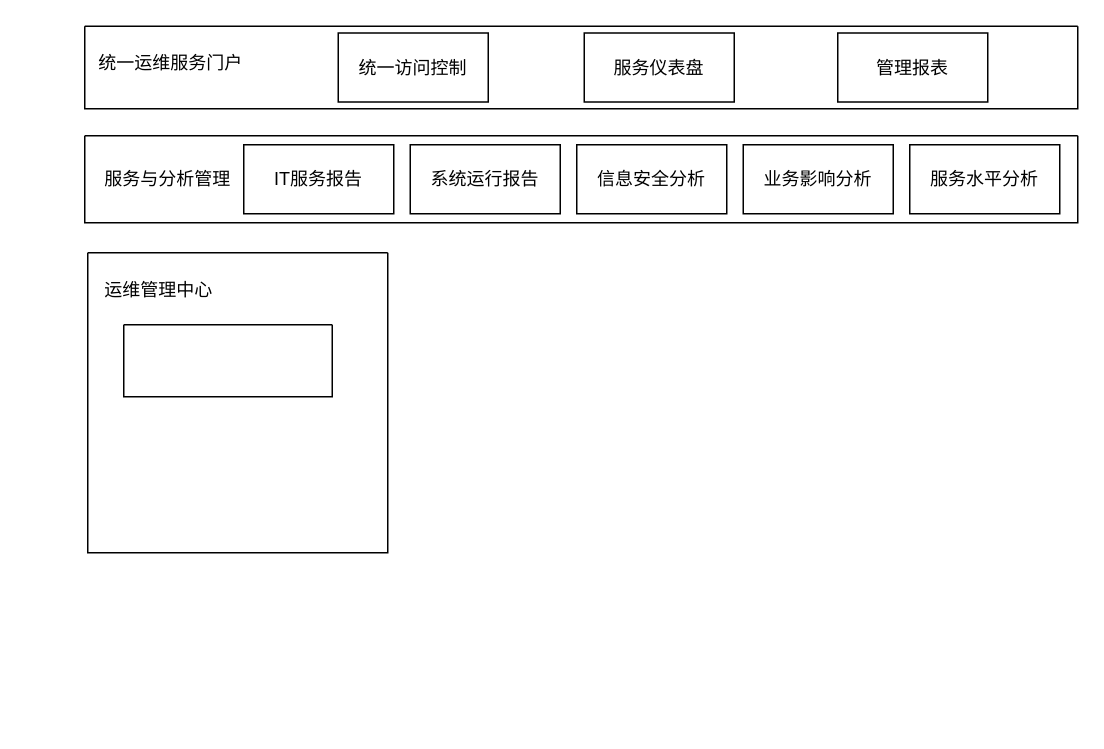
WilliamWanCN/WilliamWanCN.github.io keeps this draw.io diagram as 体系.drawio. Above is the earlier version. Source tidied: cells renumbered, new cells numbered last; positions are measured from the earlier drawing's top-left corner, leaving out a move shared by most shapes. Both pictures are drawn from the tidied source at 150%, with x=0, y=0 at pixel (84, 26).
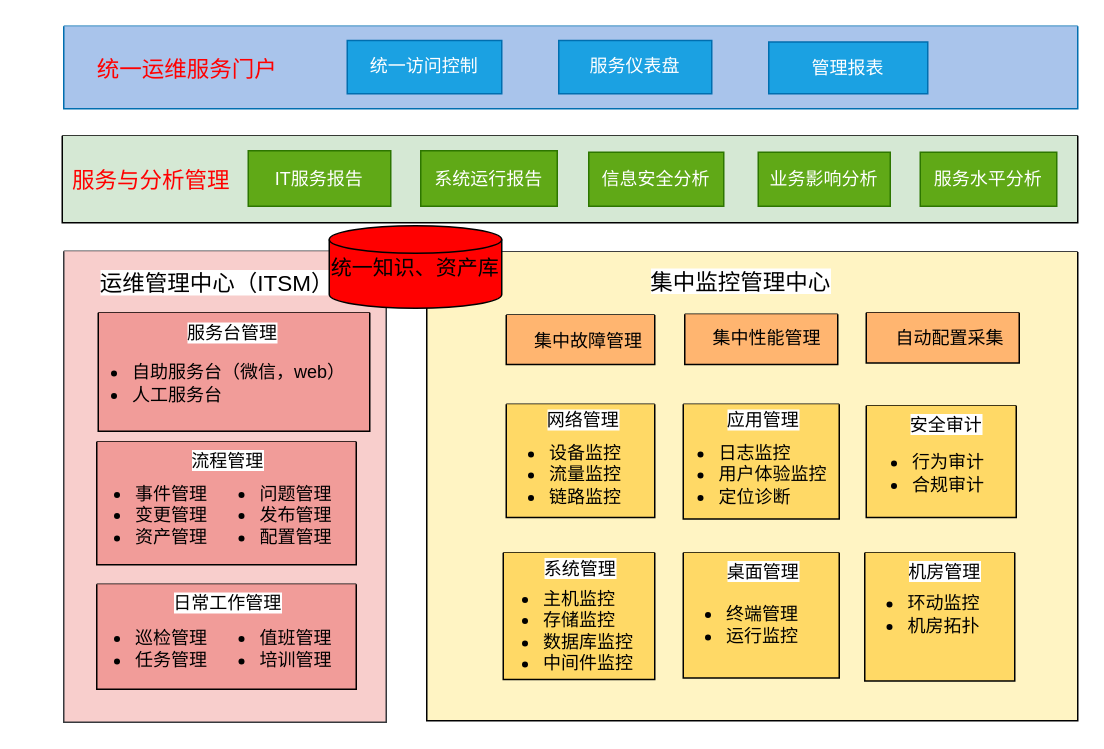
The same diagram, later.

Change to the diagram source:
```diff
@@
+    <mxCell id="17" style="swimlane;startSize=0;fillColor=#ffff88;strokeColor=#36393d;swimlaneFillColor=#F8CECC;" parent="1" vertex="1">
+      <mxGeometry x="-14" y="150" width="215" height="314" as="geometry" />
+    </mxCell>
+    <mxCell id="18" value="&lt;blockquote style=&quot;margin: 0 0 0 40px; border: none; padding: 0px;&quot;&gt;&lt;font style=&quot;font-size: 15px; background-color: rgb(255, 255, 255);&quot;&gt;运维管理中心（ITSM）&lt;/font&gt;&lt;/blockquote&gt;" style="text;html=1;align=center;verticalAlign=middle;strokeColor=none;fillColor=none;" parent="17" vertex="1">
+      <mxGeometry x="-25" y="6" width="214" height="30" as="geometry" />
+    </mxCell>
+    <mxCell id="19" style="swimlane;startSize=0;swimlaneFillColor=#F19C99;" parent="17" vertex="1">
+      <mxGeometry x="23" y="41" width="181" height="79" as="geometry" />
+    </mxCell>
+    <mxCell id="20" value="&lt;div&gt;&amp;nbsp; &amp;nbsp; &amp;nbsp; &amp;nbsp; &amp;nbsp; &amp;nbsp; &amp;nbsp; &amp;nbsp; &amp;nbsp; &amp;nbsp; &amp;nbsp; &amp;nbsp;&lt;span style=&quot;background-color: rgb(255, 255, 255);&quot;&gt;服务台管理&lt;/span&gt;&lt;/div&gt;&lt;div&gt;&lt;ul&gt;&lt;li&gt;&lt;span style=&quot;background-color: initial;&quot;&gt;自助服务台（微信，web）&lt;/span&gt;&lt;/li&gt;&lt;li&gt;&lt;span style=&quot;background-color: initial;&quot;&gt;人工服务台&lt;/span&gt;&lt;/li&gt;&lt;/ul&gt;&lt;/div&gt;" style="text;html=1;align=left;verticalAlign=middle;strokeColor=none;fillColor=none;" parent="19" vertex="1">
+      <mxGeometry x="-19" width="200" height="79" as="geometry" />
+    </mxCell>
+    <mxCell id="14" style="swimlane;startSize=0;swimlaneFillColor=#FFF4C3;" parent="1" vertex="1">
+      <mxGeometry x="228" y="150.5" width="434" height="312.5" as="geometry" />
+    </mxCell>
+    <mxCell id="15" value="&lt;font style=&quot;font-size: 15px; background-color: rgb(255, 255, 255);&quot;&gt;集中监控管理中心&lt;/font&gt;" style="text;html=1;align=center;verticalAlign=middle;strokeColor=none;fillColor=none;" parent="14" vertex="1">
+      <mxGeometry x="140" y="4.5" width="138" height="30" as="geometry" />
+    </mxCell>
+    <mxCell id="16" style="swimlane;startSize=0;swimlaneFillColor=#FFB570;" parent="14" vertex="1">
+      <mxGeometry x="53" y="42" width="99" height="33" as="geometry" />
+    </mxCell>
+    <mxCell id="21" value="集中故障管理" style="text;html=1;align=left;verticalAlign=middle;strokeColor=none;fillColor=none;" parent="16" vertex="1">
+      <mxGeometry x="17" y="4.5" width="90" height="26" as="geometry" />
+    </mxCell>
+    <mxCell id="22" style="swimlane;startSize=0;swimlaneFillColor=#FFB570;" parent="14" vertex="1">
+      <mxGeometry x="172" y="41.5" width="102" height="33.5" as="geometry" />
+    </mxCell>
+    <mxCell id="23" value="集中性能管理" style="text;html=1;align=left;verticalAlign=middle;strokeColor=none;fillColor=none;" parent="22" vertex="1">
+      <mxGeometry x="17" y="2.5" width="90" height="26" as="geometry" />
+    </mxCell>
+    <mxCell id="24" style="swimlane;startSize=0;swimlaneFillColor=#FFB570;" parent="14" vertex="1">
+      <mxGeometry x="293" y="40.5" width="102" height="33.5" as="geometry" />
+    </mxCell>
+    <mxCell id="25" value="自动配置采集" style="text;html=1;align=left;verticalAlign=middle;strokeColor=none;fillColor=none;" parent="24" vertex="1">
+      <mxGeometry x="18" y="3.5" width="90" height="26" as="geometry" />
+    </mxCell>
+    <mxCell id="26" style="swimlane;startSize=0;swimlaneFillColor=#FFD966;" parent="14" vertex="1">
+      <mxGeometry x="53" y="101.5" width="99" height="75.5" as="geometry" />
+    </mxCell>
+    <mxCell id="27" value="&lt;ul&gt;&lt;li&gt;设备监控&lt;/li&gt;&lt;li&gt;流量监控&lt;/li&gt;&lt;li&gt;链路监控&lt;/li&gt;&lt;/ul&gt;" style="text;html=1;align=left;verticalAlign=middle;strokeColor=none;fillColor=none;" parent="26" vertex="1">
+      <mxGeometry x="-13" y="7" width="106" height="79" as="geometry" />
+    </mxCell>
+    <mxCell id="28" value="&lt;span style=&quot;background-color: rgb(255, 255, 255);&quot;&gt;网络管理&lt;/span&gt;" style="text;html=1;align=center;verticalAlign=middle;strokeColor=none;fillColor=none;" parent="26" vertex="1">
+      <mxGeometry x="18" y="-2" width="66" height="26" as="geometry" />
+    </mxCell>
+    <mxCell id="29" style="swimlane;startSize=0;swimlaneFillColor=#FFD966;" parent="14" vertex="1">
+      <mxGeometry x="171" y="101.5" width="104" height="76.5" as="geometry" />
+    </mxCell>
+    <mxCell id="30" value="&lt;ul&gt;&lt;li&gt;日志监控&lt;/li&gt;&lt;li&gt;用户体验监控&lt;/li&gt;&lt;li&gt;定位诊断&lt;/li&gt;&lt;/ul&gt;" style="text;html=1;align=left;verticalAlign=middle;strokeColor=none;fillColor=none;" parent="29" vertex="1">
+      <mxGeometry x="-18" y="7" width="130" height="79" as="geometry" />
+    </mxCell>
+    <mxCell id="31" value="&lt;span style=&quot;background-color: rgb(255, 255, 255);&quot;&gt;应用管理&lt;/span&gt;" style="text;html=1;align=center;verticalAlign=middle;strokeColor=none;fillColor=none;" parent="29" vertex="1">
+      <mxGeometry x="20" y="-2" width="66" height="26" as="geometry" />
+    </mxCell>
+    <mxCell id="32" style="swimlane;startSize=0;swimlaneFillColor=#FFD966;" parent="14" vertex="1">
+      <mxGeometry x="51" y="200.5" width="101" height="84.5" as="geometry" />
+    </mxCell>
+    <mxCell id="33" value="&lt;ul&gt;&lt;li&gt;主机监控&lt;/li&gt;&lt;li&gt;存储监控&lt;/li&gt;&lt;li&gt;数据库监控&lt;/li&gt;&lt;li&gt;中间件监控&lt;/li&gt;&lt;/ul&gt;" style="text;html=1;align=left;verticalAlign=middle;strokeColor=none;fillColor=none;" parent="32" vertex="1">
+      <mxGeometry x="-15" y="5" width="118" height="94" as="geometry" />
+    </mxCell>
+    <mxCell id="34" value="&lt;span style=&quot;background-color: rgb(255, 255, 255);&quot;&gt;系统管理&lt;/span&gt;" style="text;html=1;align=center;verticalAlign=middle;strokeColor=none;fillColor=none;" parent="32" vertex="1">
+      <mxGeometry x="18" y="-2" width="66" height="26" as="geometry" />
+    </mxCell>
+    <mxCell id="35" style="swimlane;startSize=0;swimlaneFillColor=#FFD966;" parent="14" vertex="1">
+      <mxGeometry x="171" y="200.5" width="104" height="83.5" as="geometry" />
+    </mxCell>
+    <mxCell id="36" value="&lt;ul&gt;&lt;li&gt;终端管理&lt;/li&gt;&lt;li&gt;运行监控&lt;/li&gt;&lt;/ul&gt;" style="text;html=1;align=left;verticalAlign=middle;strokeColor=none;fillColor=none;" parent="35" vertex="1">
+      <mxGeometry x="-13" y="15" width="106" height="65" as="geometry" />
+    </mxCell>
+    <mxCell id="37" value="&lt;span style=&quot;background-color: rgb(255, 255, 255);&quot;&gt;桌面管理&lt;/span&gt;" style="text;html=1;align=center;verticalAlign=middle;strokeColor=none;fillColor=none;" parent="35" vertex="1">
+      <mxGeometry x="20" width="66" height="26" as="geometry" />
+    </mxCell>
+    <mxCell id="38" style="swimlane;startSize=0;swimlaneFillColor=#FFD966;" parent="14" vertex="1">
+      <mxGeometry x="292" y="200.5" width="100" height="85.5" as="geometry" />
+    </mxCell>
+    <mxCell id="39" value="&lt;ul&gt;&lt;li&gt;环动监控&lt;/li&gt;&lt;li&gt;机房拓扑&lt;/li&gt;&lt;/ul&gt;" style="text;html=1;align=left;verticalAlign=middle;strokeColor=none;fillColor=none;" parent="38" vertex="1">
+      <mxGeometry x="-13" y="8" width="106" height="65" as="geometry" />
+    </mxCell>
+    <mxCell id="40" value="&lt;span style=&quot;background-color: rgb(255, 255, 255);&quot;&gt;机房管理&lt;/span&gt;" style="text;html=1;align=center;verticalAlign=middle;strokeColor=none;fillColor=none;" parent="38" vertex="1">
+      <mxGeometry x="20" width="66" height="26" as="geometry" />
+    </mxCell>
+    <mxCell id="41" style="swimlane;startSize=0;swimlaneFillColor=#FFD966;" parent="14" vertex="1">
+      <mxGeometry x="293" y="102.5" width="100" height="74.5" as="geometry" />
+    </mxCell>
+    <mxCell id="42" value="&lt;ul&gt;&lt;li&gt;行为审计&amp;nbsp;&lt;/li&gt;&lt;li&gt;合规审计&lt;/li&gt;&lt;/ul&gt;" style="text;html=1;align=left;verticalAlign=middle;strokeColor=none;fillColor=none;" parent="41" vertex="1">
+      <mxGeometry x="-11.5" y="12.2" width="109" height="65" as="geometry" />
+    </mxCell>
+    <mxCell id="43" value="&lt;span style=&quot;background-color: rgb(255, 255, 255);&quot;&gt;安全审计&lt;/span&gt;" style="text;html=1;align=center;verticalAlign=middle;strokeColor=none;fillColor=none;" parent="41" vertex="1">
+      <mxGeometry x="20" width="66" height="26" as="geometry" />
+    </mxCell>
-    <mxCell id="2" style="swimlane;startSize=0;" parent="1" vertex="1">
-      <mxGeometry width="662" height="55" as="geometry" />
+    <mxCell id="2" style="swimlane;startSize=0;fillColor=#1ba1e2;fontColor=#ffffff;strokeColor=#006EAF;gradientColor=none;swimlaneFillColor=#A9C4EB;" parent="1" vertex="1">
+      <mxGeometry x="-14" width="676" height="55" as="geometry" />
     </mxCell>
-    <mxCell id="3" value="统一运维服务门户" style="text;html=1;align=center;verticalAlign=middle;strokeColor=none;fillColor=none;" parent="2" vertex="1">
-      <mxGeometry y="12" width="114" height="26" as="geometry" />
+    <mxCell id="3" value="&lt;font color=&quot;#ff0000&quot; style=&quot;font-size: 15px;&quot;&gt;统一运维服务门户&lt;/font&gt;" style="text;html=1;align=center;verticalAlign=middle;strokeColor=none;fillColor=none;" parent="2" vertex="1">
+      <mxGeometry x="13" y="12.5" width="138" height="30" as="geometry" />
     </mxCell>
-    <mxCell id="4" value="统一访问控制" style="rounded=0;whiteSpace=wrap;html=1;" parent="2" vertex="1">
-      <mxGeometry x="169" y="4.5" width="100" height="46" as="geometry" />
+    <mxCell id="4" value="统一访问控制" style="rounded=0;whiteSpace=wrap;html=1;fillColor=#1ba1e2;fontColor=#ffffff;strokeColor=#006EAF;" parent="2" vertex="1">
+      <mxGeometry x="189" y="9.5" width="103" height="35.5" as="geometry" />
     </mxCell>
-    <mxCell id="5" value="服务仪表盘" style="rounded=0;whiteSpace=wrap;html=1;" parent="2" vertex="1">
-      <mxGeometry x="333" y="4.5" width="100" height="46" as="geometry" />
+    <mxCell id="5" value="服务仪表盘" style="rounded=0;whiteSpace=wrap;html=1;fillColor=#1ba1e2;fontColor=#ffffff;strokeColor=#006EAF;" parent="2" vertex="1">
+      <mxGeometry x="330" y="9.5" width="102" height="35.5" as="geometry" />
     </mxCell>
-    <mxCell id="6" value="管理报表" style="rounded=0;whiteSpace=wrap;html=1;" parent="2" vertex="1">
-      <mxGeometry x="502" y="4.5" width="100" height="46" as="geometry" />
+    <mxCell id="6" value="管理报表" style="rounded=0;whiteSpace=wrap;html=1;fillColor=#1ba1e2;fontColor=#ffffff;strokeColor=#006EAF;" parent="2" vertex="1">
+      <mxGeometry x="470" y="10.5" width="106" height="34.5" as="geometry" />
     </mxCell>
-    <mxCell id="7" style="swimlane;startSize=0;" parent="1" vertex="1">
-      <mxGeometry y="73" width="662" height="58" as="geometry" />
+    <mxCell id="7" style="swimlane;startSize=0;swimlaneFillColor=#D5E8D4;" parent="1" vertex="1">
+      <mxGeometry x="-15" y="73" width="677" height="58" as="geometry" />
     </mxCell>
-    <mxCell id="8" value="服务与分析管理" style="text;html=1;align=center;verticalAlign=middle;strokeColor=none;fillColor=none;" parent="7" vertex="1">
-      <mxGeometry x="4" y="16" width="102" height="26" as="geometry" />
+    <mxCell id="8" value="&lt;font color=&quot;#ff0000&quot; style=&quot;font-size: 15px;&quot;&gt;服务与分析管理&lt;/font&gt;" style="text;html=1;align=center;verticalAlign=middle;strokeColor=none;fillColor=none;" parent="7" vertex="1">
+      <mxGeometry x="-3" y="14" width="123" height="30" as="geometry" />
     </mxCell>
-    <mxCell id="9" value="IT服务报告" style="rounded=0;whiteSpace=wrap;html=1;" parent="7" vertex="1">
-      <mxGeometry x="106" y="6" width="100" height="46" as="geometry" />
+    <mxCell id="9" value="IT服务报告" style="rounded=0;whiteSpace=wrap;html=1;fillColor=#60a917;fontColor=#ffffff;strokeColor=#2D7600;" parent="7" vertex="1">
+      <mxGeometry x="124" y="10" width="95" height="37" as="geometry" />
     </mxCell>
-    <mxCell id="10" value="系统运行报告" style="rounded=0;whiteSpace=wrap;html=1;" parent="7" vertex="1">
-      <mxGeometry x="217" y="6" width="100" height="46" as="geometry" />
+    <mxCell id="10" value="系统运行报告" style="rounded=0;whiteSpace=wrap;html=1;fillColor=#60a917;fontColor=#ffffff;strokeColor=#2D7600;" parent="7" vertex="1">
+      <mxGeometry x="239" y="10" width="91" height="37" as="geometry" />
     </mxCell>
-    <mxCell id="11" value="信息安全分析" style="rounded=0;whiteSpace=wrap;html=1;" parent="7" vertex="1">
-      <mxGeometry x="328" y="6" width="100" height="46" as="geometry" />
+    <mxCell id="11" value="信息安全分析" style="rounded=0;whiteSpace=wrap;html=1;fillColor=#60a917;fontColor=#ffffff;strokeColor=#2D7600;" parent="7" vertex="1">
+      <mxGeometry x="351" y="11" width="90" height="36" as="geometry" />
     </mxCell>
-    <mxCell id="12" value="业务影响分析" style="rounded=0;whiteSpace=wrap;html=1;" parent="7" vertex="1">
-      <mxGeometry x="439" y="6" width="100" height="46" as="geometry" />
+    <mxCell id="12" value="业务影响分析" style="rounded=0;whiteSpace=wrap;html=1;fillColor=#60a917;fontColor=#ffffff;strokeColor=#2D7600;" parent="7" vertex="1">
+      <mxGeometry x="464" y="11" width="88" height="36" as="geometry" />
     </mxCell>
-    <mxCell id="13" value="服务水平分析" style="rounded=0;whiteSpace=wrap;html=1;" parent="7" vertex="1">
-      <mxGeometry x="550" y="6" width="100" height="46" as="geometry" />
+    <mxCell id="13" value="服务水平分析" style="rounded=0;whiteSpace=wrap;html=1;fillColor=#60a917;fontColor=#ffffff;strokeColor=#2D7600;" parent="7" vertex="1">
+      <mxGeometry x="572" y="11" width="91" height="36" as="geometry" />
     </mxCell>
-    <mxCell id="14" style="swimlane;startSize=0;" parent="1" vertex="1">
-      <mxGeometry x="2" y="151" width="200" height="200" as="geometry" />
-    </mxCell>
-    <mxCell id="15" value="运维管理中心" style="text;html=1;align=center;verticalAlign=middle;strokeColor=none;fillColor=none;" parent="14" vertex="1">
-      <mxGeometry x="2" y="12" width="90" height="26" as="geometry" />
-    </mxCell>
-    <mxCell id="16" style="swimlane;startSize=0;" parent="14" vertex="1">
-      <mxGeometry x="24" y="48" width="139" height="48" as="geometry" />
-    </mxCell>
+    <mxCell id="44" style="swimlane;startSize=0;swimlaneFillColor=#F19C99;" parent="1" vertex="1">
+      <mxGeometry x="8" y="277" width="173" height="82" as="geometry" />
+    </mxCell>
+    <mxCell id="45" value="&lt;ul&gt;&lt;li&gt;事件管理&lt;/li&gt;&lt;li&gt;变更管理&lt;/li&gt;&lt;li&gt;资产管理&lt;/li&gt;&lt;/ul&gt;" style="text;html=1;align=left;verticalAlign=middle;strokeColor=none;fillColor=none;" parent="44" vertex="1">
+      <mxGeometry x="-16" y="9" width="106" height="79" as="geometry" />
+    </mxCell>
+    <mxCell id="46" value="&lt;ul&gt;&lt;li&gt;问题管理&lt;/li&gt;&lt;li&gt;发布管理&lt;/li&gt;&lt;li&gt;配置管理&lt;/li&gt;&lt;/ul&gt;" style="text;html=1;align=left;verticalAlign=middle;strokeColor=none;fillColor=none;swimlaneFillColor=#F19C99;" parent="44" vertex="1">
+      <mxGeometry x="67" y="9" width="106" height="79" as="geometry" />
+    </mxCell>
+    <mxCell id="47" value="&lt;span style=&quot;background-color: rgb(255, 255, 255);&quot;&gt;流程管理&lt;/span&gt;" style="text;html=1;align=center;verticalAlign=middle;strokeColor=none;fillColor=none;" parent="44" vertex="1">
+      <mxGeometry x="53.5" width="66" height="26" as="geometry" />
+    </mxCell>
+    <mxCell id="48" style="swimlane;startSize=0;swimlaneFillColor=#F19C99;" parent="1" vertex="1">
+      <mxGeometry x="8" y="372" width="173" height="70" as="geometry" />
+    </mxCell>
+    <mxCell id="49" value="&lt;ul&gt;&lt;li&gt;巡检管理&lt;/li&gt;&lt;li&gt;任务管理&lt;/li&gt;&lt;/ul&gt;" style="text;html=1;align=left;verticalAlign=middle;strokeColor=none;fillColor=none;" parent="48" vertex="1">
+      <mxGeometry x="-16" y="10" width="106" height="65" as="geometry" />
+    </mxCell>
+    <mxCell id="50" value="&lt;ul&gt;&lt;li&gt;值班管理&lt;/li&gt;&lt;li&gt;培训管理&lt;/li&gt;&lt;/ul&gt;" style="text;html=1;align=left;verticalAlign=middle;strokeColor=none;fillColor=none;swimlaneFillColor=#F19C99;" parent="48" vertex="1">
+      <mxGeometry x="67" y="10" width="106" height="65" as="geometry" />
+    </mxCell>
+    <mxCell id="51" value="&lt;span style=&quot;background-color: rgb(255, 255, 255);&quot;&gt;日常工作管理&lt;/span&gt;" style="text;html=1;align=center;verticalAlign=middle;strokeColor=none;fillColor=none;swimlaneFillColor=#F19C99;" parent="48" vertex="1">
+      <mxGeometry x="41.5" width="90" height="26" as="geometry" />
+    </mxCell>
+    <mxCell id="52" value="&lt;font style=&quot;font-size: 14px;&quot;&gt;统一知识、资产库&lt;/font&gt;" style="strokeWidth=1;html=1;shape=mxgraph.flowchart.database;whiteSpace=wrap;fillColor=#FF0000;fontColor=#000000;strokeColor=default;" parent="1" vertex="1">
+      <mxGeometry x="163" y="133" width="115" height="55" as="geometry" />
+    </mxCell>
```
